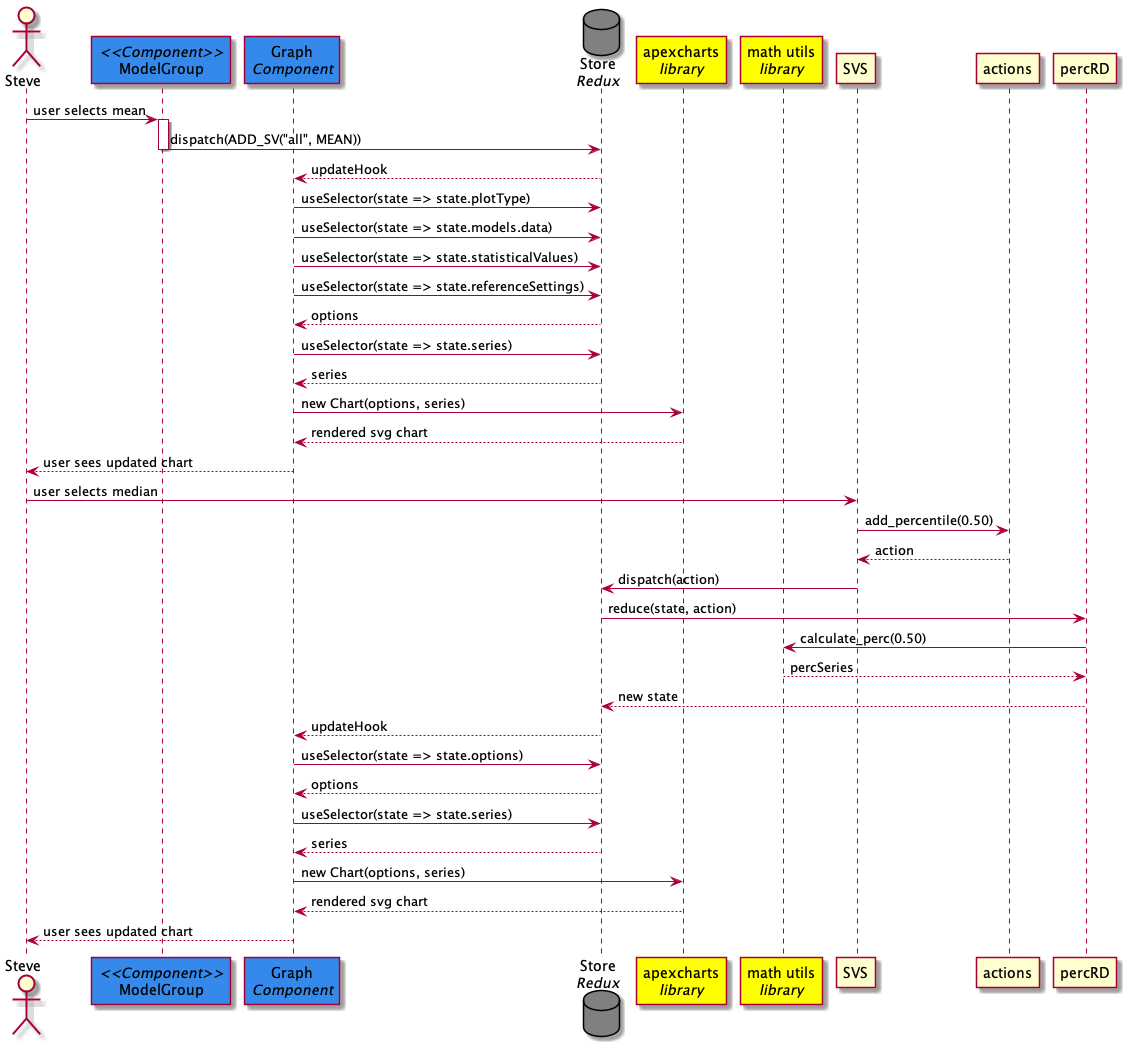
Above: DesignPhase/UML/sequence-diagrams/statistical-values/sequence-diagram.png in EOSC-synergy/o3webapp (PlantUML), before the change.
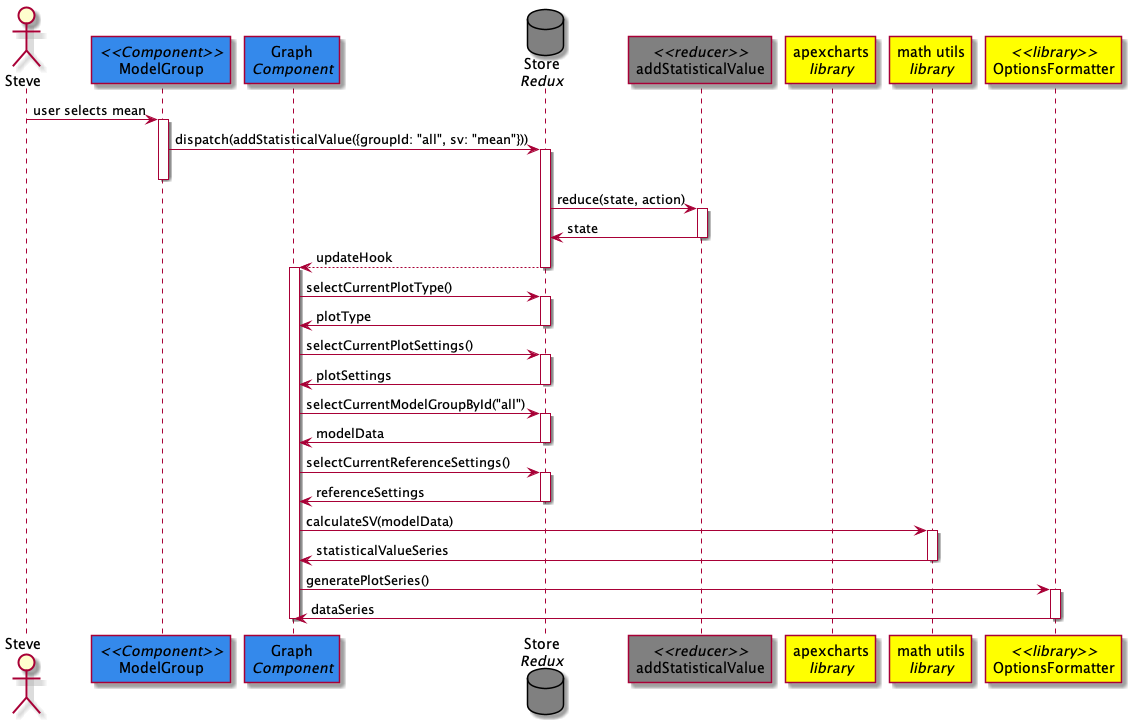
Above is the later version.

Commit message:
updated sequence diag

Change to the diagram source:
```diff
@@ -3,43 +3,51 @@
 participant "//<<Component>>//\nModelGroup" as MG #3489eb
 participant "Graph\n//Component//" as Graph #3489eb
 database "Store\n//Redux//" as Store #808080
+participant "//<<reducer>>//\naddStatisticalValue" as reducer #808080
 participant "apexcharts\n//library//" as apexcharts #ffff00
 participant "math utils\n//library//" as math #ffff00
+participant "//<<library>>//\nOptionsFormatter" as formatter #ffff00
+
 
 Steve->MG: user selects mean
 activate MG
-MG->Store: dispatch(ADD_SV("all", MEAN))
+MG->Store: dispatch(addStatisticalValue({groupId: "all", sv: "mean"}))
+activate Store
 deactivate MG
+Store -> reducer: reduce(state, action)
+activate reducer
+Store <- reducer: state
+deactivate reducer
 Graph<--Store: updateHook
-Graph->Store: useSelector(state => state.plotType)
-Graph->Store: useSelector(state => state.models.data)
-Graph->Store: useSelector(state => state.statisticalValues)
-Graph->Store: useSelector(state => state.referenceSettings)
+deactivate Store
 
-Graph<--Store: options
-Graph->Store: useSelector(state => state.series)
-Graph<--Store: series
-Graph->apexcharts: new Chart(options, series)
-Graph<--apexcharts: rendered svg chart
-Steve<--Graph: user sees updated chart
+activate Graph
+Graph->Store: selectCurrentPlotType()
+activate Store
+Graph<-Store: plotType
+deactivate Store
+Graph->Store: selectCurrentPlotSettings()
+activate Store
+Graph<-Store: plotSettings
+deactivate Store
+Graph->Store: selectCurrentModelGroupById("all")
+activate Store
+Graph<-Store: modelData
+deactivate Store
+Graph->Store: selectCurrentReferenceSettings()
+activate Store
+Graph<-Store: referenceSettings
+deactivate Store
 
 
-Steve->SVS: user selects median
-SVS->actions: add_percentile(0.50)
-SVS<--actions: action
-SVS->Store: dispatch(action)
-Store->percRD: reduce(state, action)
-percRD->math: calculate_perc(0.50)
-percRD<--math: percSeries
-
-Store<--percRD: new state
-Graph<--Store: updateHook
-Graph->Store: useSelector(state => state.options)
-Graph<--Store: options
-Graph->Store: useSelector(state => state.series)
-Graph<--Store: series
-Graph->apexcharts: new Chart(options, series)
-Graph<--apexcharts: rendered svg chart
-Steve<--Graph: user sees updated chart
+Graph->math: calculateSV(modelData)
+activate math
+Graph<-math: statisticalValueSeries
+deactivate math
+Graph->formatter: generatePlotSeries()
+activate formatter
+Graph<-formatter: dataSeries
+deactivate formatter
+deactivate Graph
 
 @enduml
```
